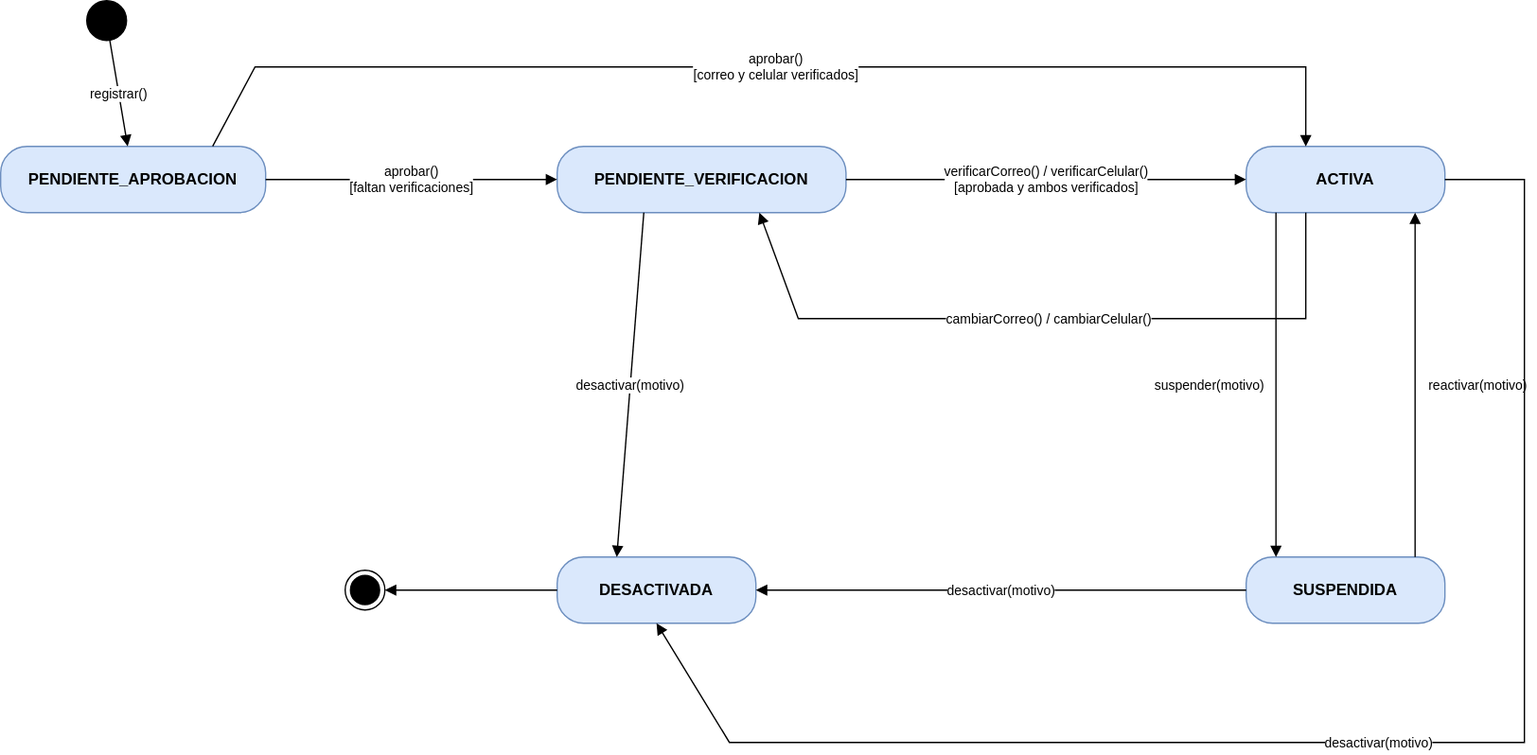
Before: documentacion/assets/diagramas/diagramas-estado-2.svg, a diagram exported from draw.io (JaiderSoto07/kudos-backend). Source tidied: cells renumbered, new cells last; positions are measured from the earlier drawing's top-left corner, leaving out a move shared by most shapes.
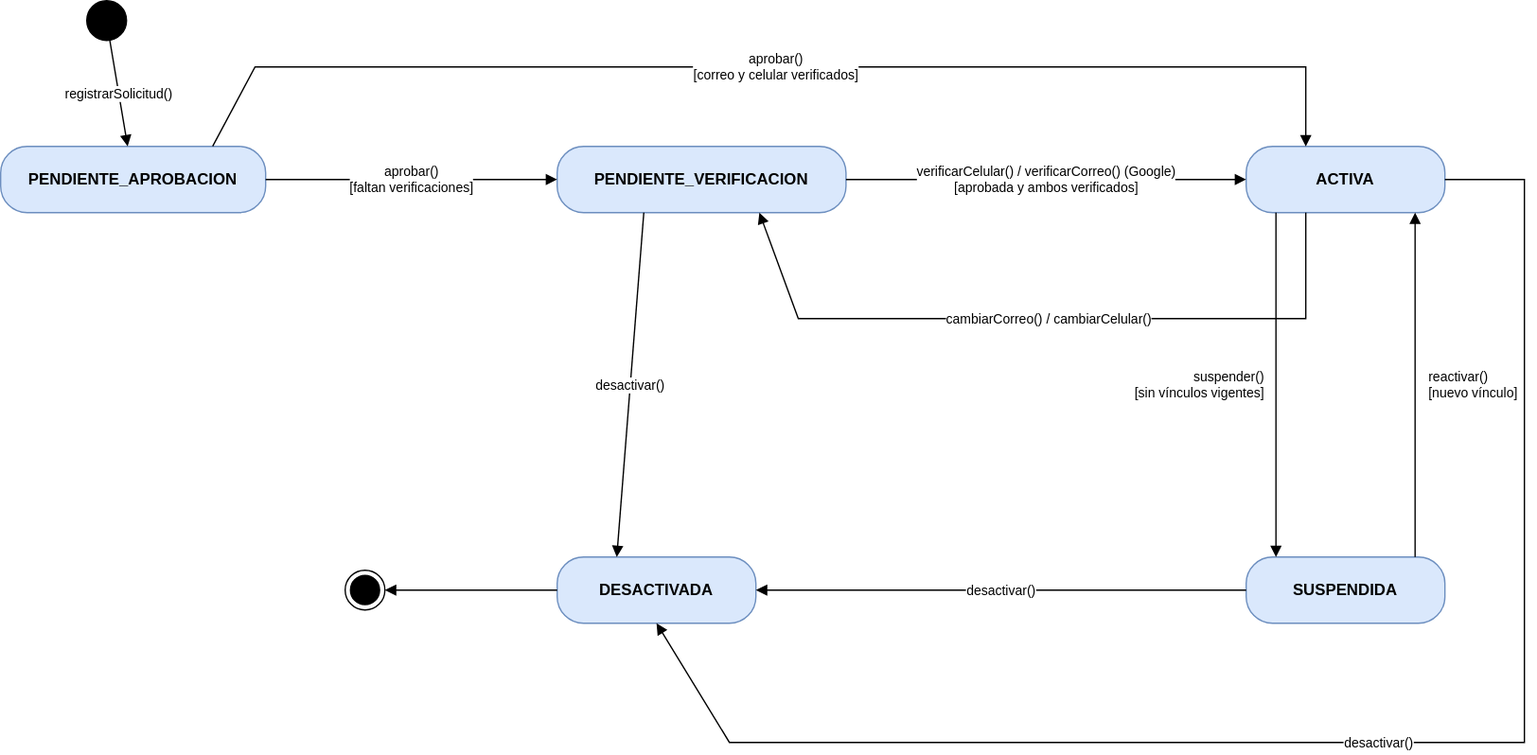
Later version of the same file.

Diff of the diagram source:
```diff
@@ -20,7 +20,7 @@
     <mxCell id="7" style="ellipse;fillColor=#000000;strokeColor=#000000;" parent="1" vertex="1">
       <mxGeometry x="65" width="30" height="30" as="geometry" />
     </mxCell>
-    <mxCell id="8" value="registrar()" style="endArrow=block;endFill=1;html=1;rounded=0;fontSize=10;labelBackgroundColor=#ffffff;edgeStyle=none;" parent="1" edge="1" source="7" target="2">
+    <mxCell id="8" value="registrarSolicitud()" style="endArrow=block;endFill=1;html=1;rounded=0;fontSize=10;labelBackgroundColor=#ffffff;edgeStyle=none;" parent="1" edge="1" source="7" target="2">
       <mxGeometry relative="1" as="geometry" />
     </mxCell>
     <mxCell id="9" style="ellipse;html=1;shape=endState;fillColor=#000000;strokeColor=#000000;" parent="1" vertex="1">
@@ -40,7 +40,7 @@
         </Array>
       </mxGeometry>
     </mxCell>
-    <mxCell id="13" value="verificarCorreo() / verificarCelular()&lt;br&gt;[aprobada y ambos verificados]" style="endArrow=block;endFill=1;html=1;rounded=0;fontSize=10;labelBackgroundColor=#ffffff;edgeStyle=none;" parent="1" edge="1" source="3" target="4">
+    <mxCell id="13" value="verificarCelular() / verificarCorreo() (Google)&lt;br&gt;[aprobada y ambos verificados]" style="endArrow=block;endFill=1;html=1;rounded=0;fontSize=10;labelBackgroundColor=#ffffff;edgeStyle=none;" parent="1" edge="1" source="3" target="4">
       <mxGeometry relative="1" as="geometry" />
     </mxCell>
     <mxCell id="14" value="cambiarCorreo() / cambiarCelular()" style="endArrow=block;endFill=1;html=1;rounded=0;fontSize=10;labelBackgroundColor=#ffffff;edgeStyle=none;exitX=0.3;exitY=1;entryX=0.7;entryY=1;" parent="1" edge="1" source="4" target="3">
@@ -51,13 +51,13 @@
         </Array>
       </mxGeometry>
     </mxCell>
-    <mxCell id="15" value="suspender(motivo)" style="endArrow=block;endFill=1;html=1;rounded=0;fontSize=10;labelBackgroundColor=#ffffff;edgeStyle=none;exitX=0.15;exitY=1;entryX=0.15;entryY=0;align=right;spacingRight=8;" parent="1" edge="1" source="4" target="5">
+    <mxCell id="15" value="suspender()&lt;br&gt;[sin vínculos vigentes]" style="endArrow=block;endFill=1;html=1;rounded=0;fontSize=10;labelBackgroundColor=#ffffff;edgeStyle=none;exitX=0.15;exitY=1;entryX=0.15;entryY=0;align=right;spacingRight=8;" parent="1" edge="1" source="4" target="5">
       <mxGeometry relative="1" as="geometry" />
     </mxCell>
-    <mxCell id="16" value="reactivar(motivo)" style="endArrow=block;endFill=1;html=1;rounded=0;fontSize=10;labelBackgroundColor=#ffffff;edgeStyle=none;exitX=0.85;exitY=0;entryX=0.85;entryY=1;align=left;spacingLeft=8;" parent="1" edge="1" source="5" target="4">
+    <mxCell id="16" value="reactivar()&lt;br&gt;[nuevo vínculo]" style="endArrow=block;endFill=1;html=1;rounded=0;fontSize=10;labelBackgroundColor=#ffffff;edgeStyle=none;exitX=0.85;exitY=0;entryX=0.85;entryY=1;align=left;spacingLeft=8;" parent="1" edge="1" source="5" target="4">
       <mxGeometry relative="1" as="geometry" />
     </mxCell>
-    <mxCell id="17" value="desactivar(motivo)" style="endArrow=block;endFill=1;html=1;rounded=0;fontSize=10;labelBackgroundColor=#ffffff;edgeStyle=none;exitX=1;exitY=0.5;entryX=0.5;entryY=1;" parent="1" edge="1" source="4" target="6">
+    <mxCell id="17" value="desactivar()" style="endArrow=block;endFill=1;html=1;rounded=0;fontSize=10;labelBackgroundColor=#ffffff;edgeStyle=none;exitX=1;exitY=0.5;entryX=0.5;entryY=1;" parent="1" edge="1" source="4" target="6">
       <mxGeometry relative="1" as="geometry">
         <Array as="points">
           <mxPoint x="1150" y="135" />
@@ -66,10 +66,10 @@
         </Array>
       </mxGeometry>
     </mxCell>
-    <mxCell id="18" value="desactivar(motivo)" style="endArrow=block;endFill=1;html=1;rounded=0;fontSize=10;labelBackgroundColor=#ffffff;edgeStyle=none;" parent="1" edge="1" source="5" target="6">
+    <mxCell id="18" value="desactivar()" style="endArrow=block;endFill=1;html=1;rounded=0;fontSize=10;labelBackgroundColor=#ffffff;edgeStyle=none;" parent="1" edge="1" source="5" target="6">
       <mxGeometry relative="1" as="geometry" />
     </mxCell>
-    <mxCell id="19" value="desactivar(motivo)" style="endArrow=block;endFill=1;html=1;rounded=0;fontSize=10;labelBackgroundColor=#ffffff;edgeStyle=none;exitX=0.3;exitY=1;entryX=0.3;entryY=0;" parent="1" edge="1" source="3" target="6">
+    <mxCell id="19" value="desactivar()" style="endArrow=block;endFill=1;html=1;rounded=0;fontSize=10;labelBackgroundColor=#ffffff;edgeStyle=none;exitX=0.3;exitY=1;entryX=0.3;entryY=0;" parent="1" edge="1" source="3" target="6">
       <mxGeometry relative="1" as="geometry" />
     </mxCell>
   </root>
```
